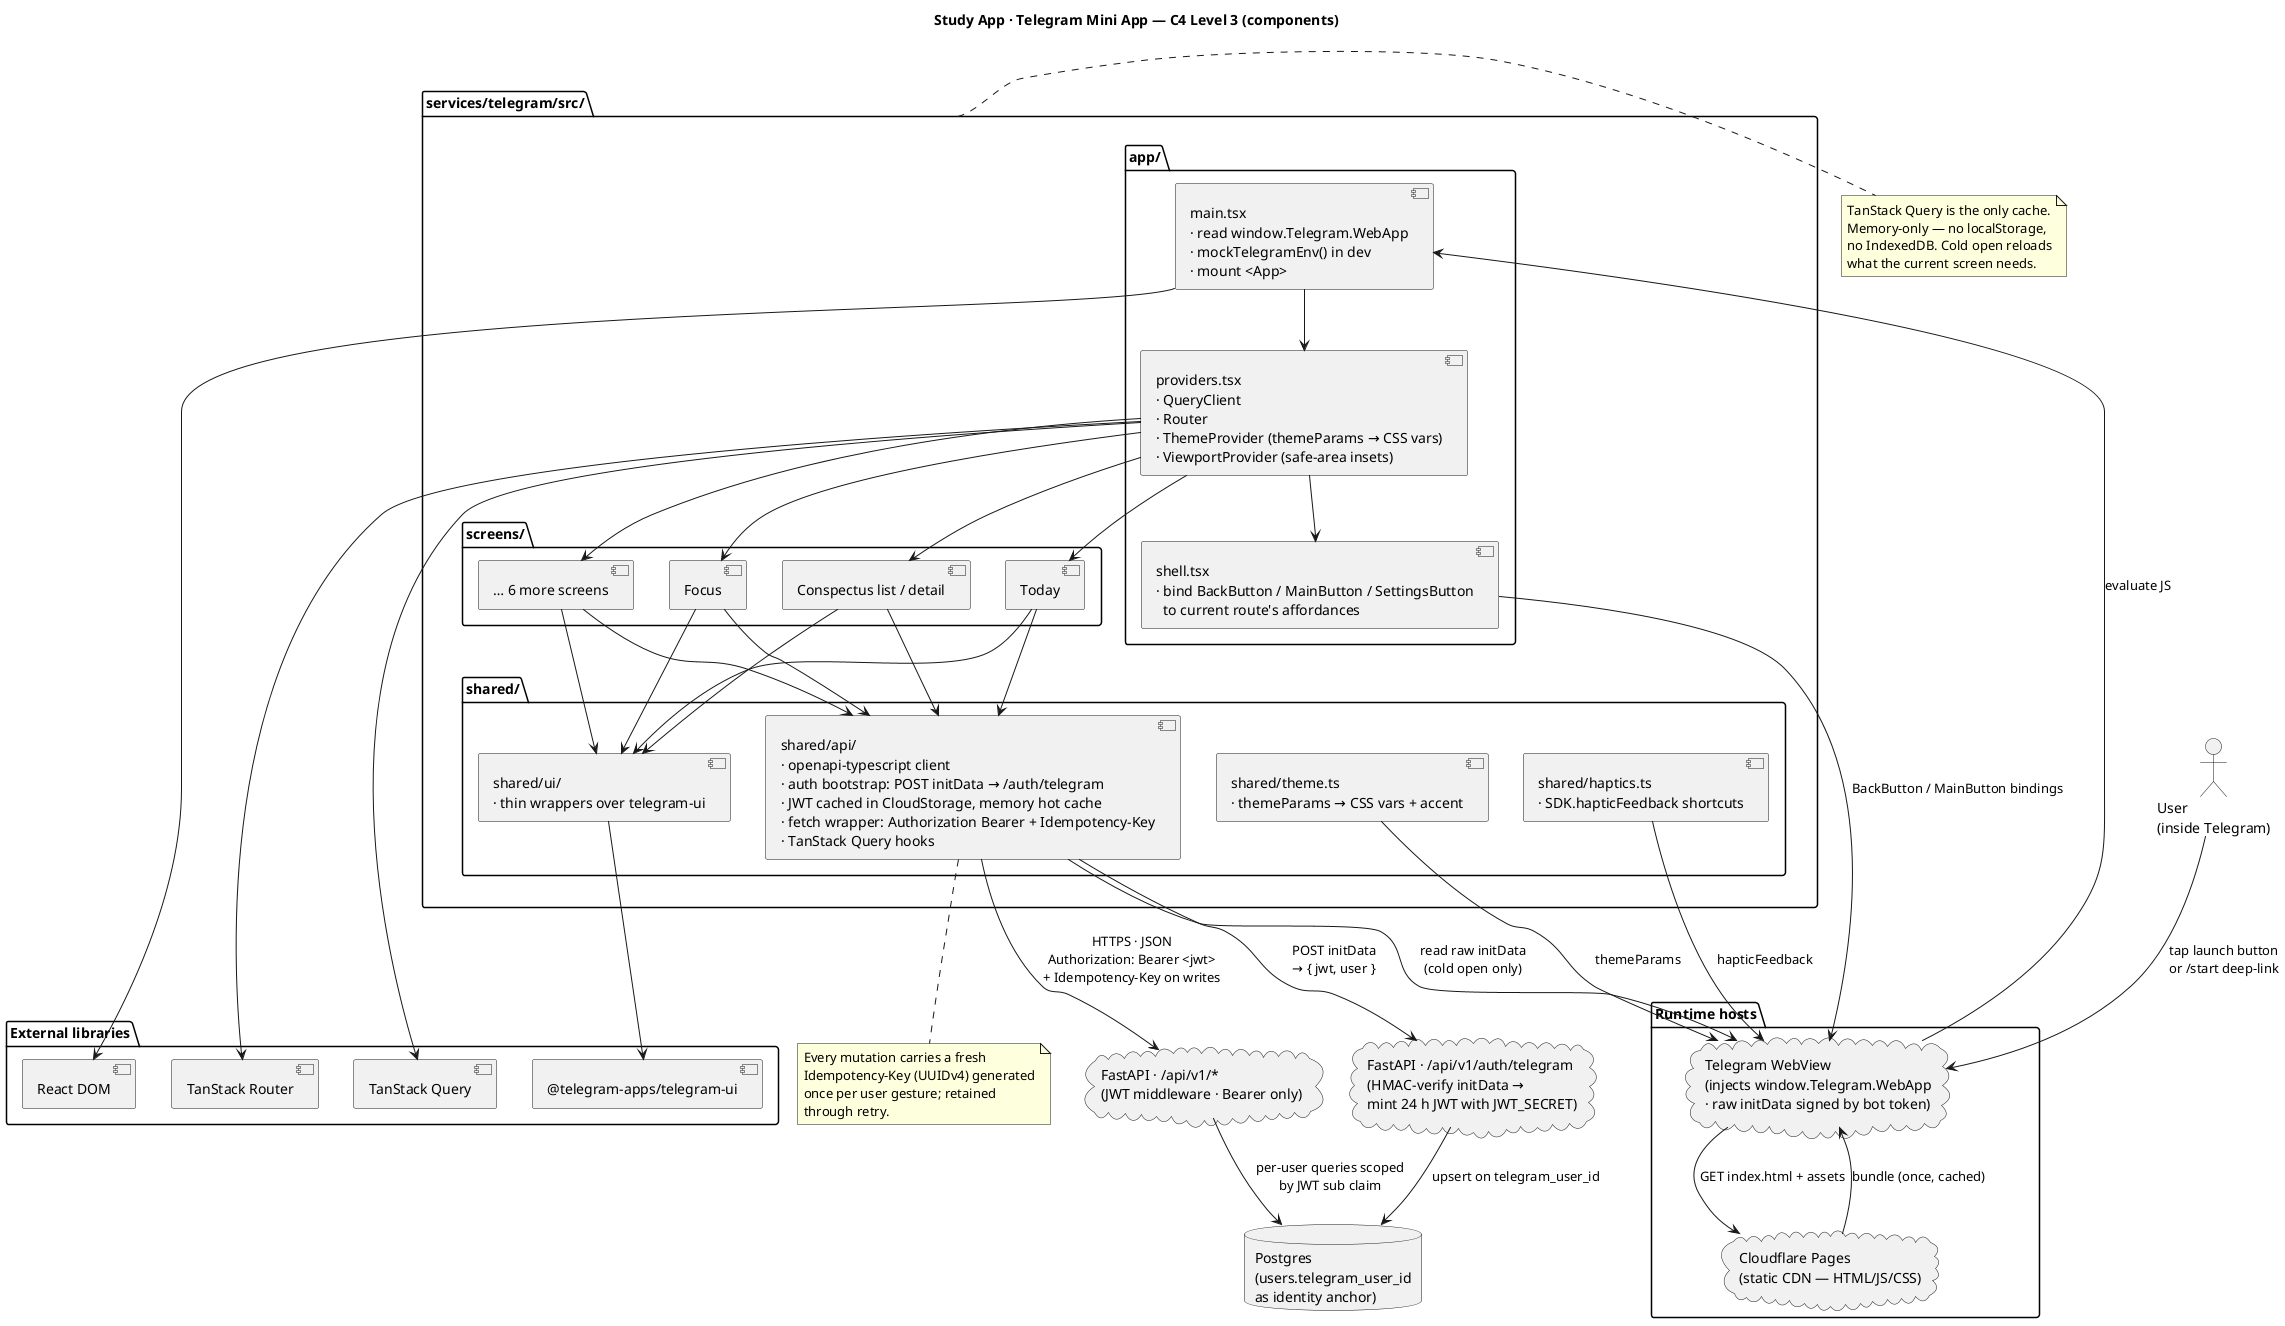
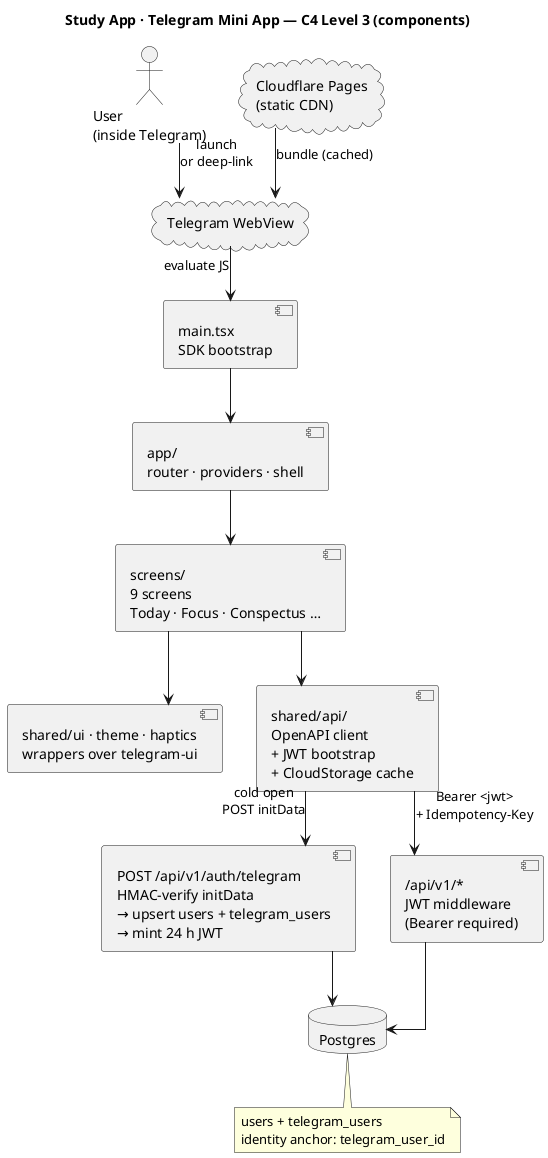
@startuml
title Study App · Telegram Mini App — C4 Level 3 (components)
+ 
+ ' No package/cluster wrappers: arrow labels then never sit on a boundary.
+ ' Node names already spell out the `services/telegram/src/` tree.
+ skinparam nodesep 34
+ skinparam ranksep 54
+ skinparam linetype ortho
+ skinparam shadowing false
+ scale max 780 width

top to bottom direction

actor "User\n(inside Telegram)" as User
+ cloud "Telegram WebView" as WebView
+ cloud "Cloudflare Pages\n(static CDN)" as Pages

- package "Runtime hosts" as Hosts {
-   cloud "Telegram WebView\n(injects window.Telegram.WebApp\n· raw initData signed by bot token)" as WebView
-   cloud "Cloudflare Pages\n(static CDN — HTML/JS/CSS)" as Pages
- }
+ [main.tsx\nSDK bootstrap] as Main
+ [app/\nrouter · providers · shell] as AppPkg
+ [screens/\n9 screens\nToday · Focus · Conspectus …] as Screens
+ [shared/ui · theme · haptics\nwrappers over telegram-ui] as SharedUi
+ [shared/api/\nOpenAPI client\n+ JWT bootstrap\n+ CloudStorage cache] as SharedApi

- package "services/telegram/src/" as Bundle {
+ [POST /api/v1/auth/telegram\nHMAC-verify initData\n→ upsert users + telegram_users\n→ mint 24 h JWT] as AuthEndpoint
+ [/api/v1/*\nJWT middleware\n(Bearer required)] as ApiRoutes

-   package "app/" as AppPkg {
-     [main.tsx\n· read window.Telegram.WebApp\n· mockTelegramEnv() in dev\n· mount <App>] as Main
-     [providers.tsx\n· QueryClient\n· Router\n· ThemeProvider (themeParams → CSS vars)\n· ViewportProvider (safe-area insets)] as Providers
-     [shell.tsx\n· bind BackButton / MainButton / SettingsButton\n  to current route's affordances] as Shell
-   }
+ database "Postgres" as Db

-   package "screens/" as ScreensPkg {
-     [Today] as ScrToday
-     [Focus] as ScrFocus
-     [Conspectus list / detail] as ScrConspectus
-     [… 6 more screens] as ScrRest
-   }
+ ' -- Cold-open handshake --------------------------------------------------
+ User    --> WebView : launch\nor deep-link
+ Pages   --> WebView : bundle (cached)
+ WebView --> Main    : evaluate JS

-   package "shared/" as SharedPkg {
-     [shared/api/\n· openapi-typescript client\n· auth bootstrap: POST initData → /auth/telegram\n· JWT cached in CloudStorage, memory hot cache\n· fetch wrapper: Authorization Bearer + Idempotency-Key\n· TanStack Query hooks] as SharedApi
-     [shared/ui/\n· thin wrappers over telegram-ui] as SharedUi
-     [shared/theme.ts\n· themeParams → CSS vars + accent] as SharedTheme
-     [shared/haptics.ts\n· SDK.hapticFeedback shortcuts] as SharedHaptics
-   }
- }
+ ' -- Bundle wiring --------------------------------------------------------
+ Main    --> AppPkg
+ AppPkg  --> Screens
+ Screens --> SharedUi
+ Screens --> SharedApi

- package "External libraries" as Ext {
-   [React DOM] as React
-   [TanStack Query] as TQuery
-   [TanStack Router] as TRouter
-   [@telegram-apps/telegram-ui] as TgUi
- }
+ ' -- Runtime traffic — labels sit in open whitespace now ------------------
+ SharedApi --> AuthEndpoint : cold open\nPOST initData
+ SharedApi --> ApiRoutes    : Bearer <jwt>\n+ Idempotency-Key

- cloud "FastAPI · /api/v1/auth/telegram\n(HMAC-verify initData →\nmint 24 h JWT with JWT_SECRET)" as AuthApi
- cloud "FastAPI · /api/v1/*\n(JWT middleware · Bearer only)" as Api
- database "Postgres\n(users.telegram_user_id\nas identity anchor)" as Db
+ AuthEndpoint --> Db
+ ApiRoutes    --> Db

- ' --- deploy & bootstrap ---
- User --> WebView : tap launch button\nor /start deep-link
- WebView --> Pages : GET index.html + assets
- Pages --> WebView : bundle (once, cached)
- WebView --> Main : evaluate JS
- 
- ' --- app wiring ---
- Main --> Providers
- Main --> React
- Providers --> TQuery
- Providers --> TRouter
- Providers --> Shell
- Shell --> WebView : BackButton / MainButton bindings
- 
- ' --- runtime traffic ---
- Providers --> ScrToday
- Providers --> ScrFocus
- Providers --> ScrConspectus
- Providers --> ScrRest
- 
- ScrToday --> SharedApi
- ScrFocus --> SharedApi
- ScrConspectus --> SharedApi
- ScrRest --> SharedApi
- 
- ScrToday --> SharedUi
- ScrFocus --> SharedUi
- ScrConspectus --> SharedUi
- ScrRest --> SharedUi
- 
- SharedUi --> TgUi
- SharedTheme --> WebView : themeParams
- SharedHaptics --> WebView : hapticFeedback
- 
- SharedApi --> WebView : read raw initData\n(cold open only)
- SharedApi --> AuthApi : POST initData\n→ { jwt, user }
- AuthApi --> Db : upsert on telegram_user_id
- SharedApi --> Api : HTTPS · JSON\nAuthorization: Bearer <jwt>\n+ Idempotency-Key on writes
- Api --> Db : per-user queries scoped\nby JWT sub claim
- 
- note bottom of SharedApi
-   Every mutation carries a fresh
-   Idempotency-Key (UUIDv4) generated
-   once per user gesture; retained
-   through retry.
- end note
- 
- note right of Bundle
-   TanStack Query is the only cache.
-   Memory-only — no localStorage,
-   no IndexedDB. Cold open reloads
-   what the current screen needs.
+ note bottom of Db
+   users + telegram_users
+   identity anchor: telegram_user_id
end note

@enduml
